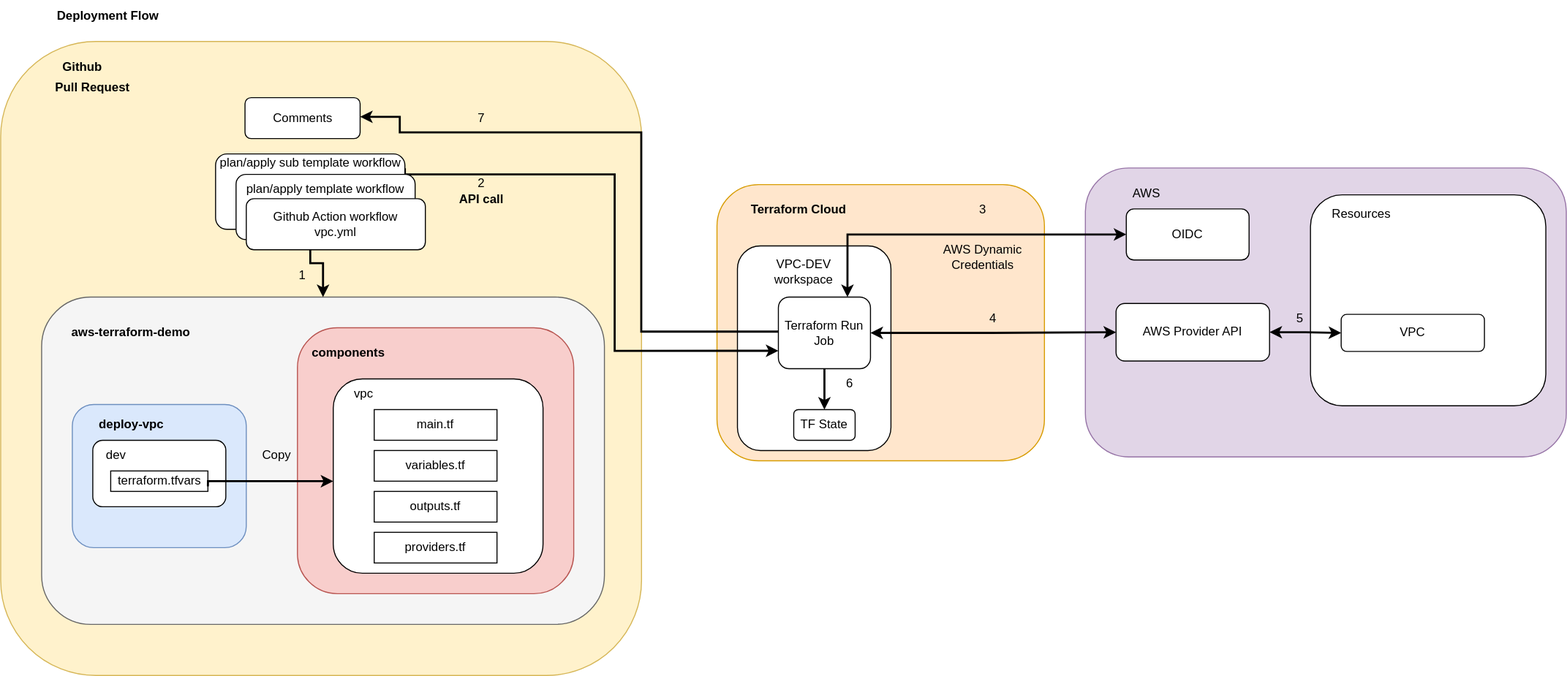
HanYangZhao/aws-terraform-demo keeps this draw.io diagram as diagrams/deployment_flow.svg. Above is the earlier version. Source tidied: cells renumbered, new cells last; positions are measured from the earlier drawing's top-left corner, leaving out a move shared by most shapes.
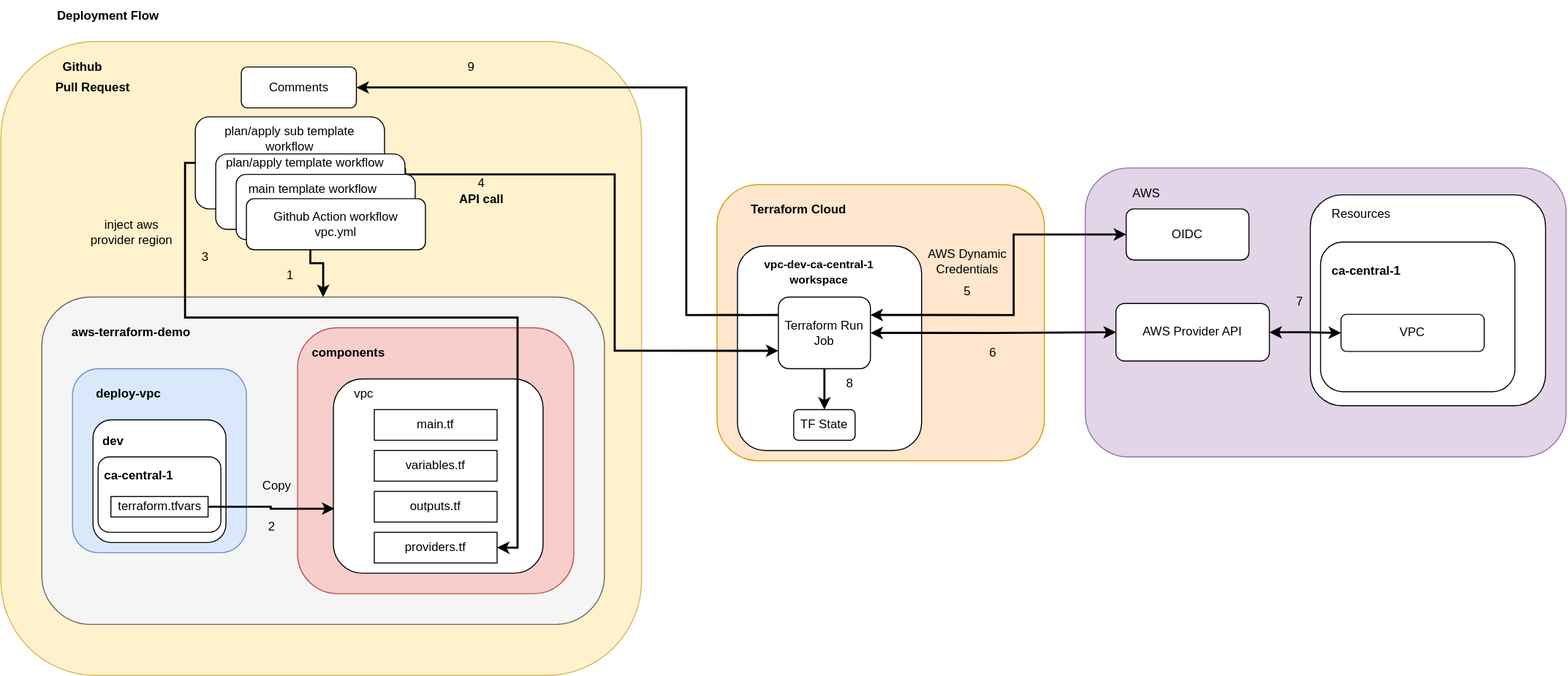
Later version of the same file.

Change to the diagram source:
```diff
@@ -2,15 +2,18 @@
   <root>
     <mxCell id="0" />
     <mxCell id="1" parent="0" />
+    <mxCell id="4" style="rounded=1;whiteSpace=wrap;html=1;fillColor=#fff2cc;strokeColor=#d6b656;" parent="1" vertex="1">
+      <mxGeometry y="40" width="626.2" height="620" as="geometry" />
+    </mxCell>
+    <mxCell id="59" style="rounded=1;whiteSpace=wrap;html=1;" parent="1" vertex="1">
+      <mxGeometry x="190" y="113.8" width="185" height="90" as="geometry" />
+    </mxCell>
     <mxCell id="2" style="rounded=1;whiteSpace=wrap;html=1;fillColor=#ffe6cc;strokeColor=#d79b00;" parent="1" vertex="1">
       <mxGeometry x="700" y="180" width="320" height="270" as="geometry" />
     </mxCell>
     <mxCell id="3" style="rounded=1;whiteSpace=wrap;html=1;fillColor=default;" parent="1" vertex="1">
-      <mxGeometry x="720" y="240" width="150" height="200" as="geometry" />
+      <mxGeometry x="720" y="240" width="180" height="200" as="geometry" />
     </mxCell>
-    <mxCell id="4" style="rounded=1;whiteSpace=wrap;html=1;fillColor=#fff2cc;strokeColor=#d6b656;" parent="1" vertex="1">
-      <mxGeometry y="40" width="626.2" height="620" as="geometry" />
-    </mxCell>
     <mxCell id="5" style="rounded=1;whiteSpace=wrap;html=1;fillColor=#f5f5f5;fontColor=#333333;strokeColor=#666666;" parent="1" vertex="1">
       <mxGeometry x="40" y="290" width="550" height="320" as="geometry" />
     </mxCell>
@@ -21,13 +24,13 @@
       <mxGeometry width="210" height="30" as="geometry" />
     </mxCell>
     <mxCell id="8" style="rounded=1;whiteSpace=wrap;html=1;fillColor=#dae8fc;strokeColor=#6c8ebf;" parent="1" vertex="1">
-      <mxGeometry x="70" y="395" width="170" height="140" as="geometry" />
+      <mxGeometry x="70" y="360" width="170" height="180" as="geometry" />
     </mxCell>
     <mxCell id="9" style="rounded=1;whiteSpace=wrap;html=1;" parent="1" vertex="1">
       <mxGeometry x="325" y="370" width="205" height="190" as="geometry" />
     </mxCell>
     <mxCell id="10" value="&lt;b&gt;deploy-vpc&lt;/b&gt;" style="text;html=1;strokeColor=none;fillColor=none;align=center;verticalAlign=middle;whiteSpace=wrap;rounded=0;" parent="1" vertex="1">
-      <mxGeometry x="82.5" y="400" width="90" height="30" as="geometry" />
+      <mxGeometry x="80" y="370" width="90" height="30" as="geometry" />
     </mxCell>
     <mxCell id="11" style="edgeStyle=orthogonalEdgeStyle;rounded=0;orthogonalLoop=1;jettySize=auto;html=1;exitX=0.5;exitY=1;exitDx=0;exitDy=0;" parent="1" edge="1" source="8" target="8">
       <mxGeometry relative="1" as="geometry" />
@@ -84,8 +87,8 @@
     <mxCell id="26" value="AWS" style="text;html=1;strokeColor=none;fillColor=none;align=center;verticalAlign=middle;whiteSpace=wrap;rounded=0;" parent="1" vertex="1">
       <mxGeometry x="1090" y="173.8" width="60" height="30" as="geometry" />
     </mxCell>
-    <mxCell id="27" value="VPC-DEV workspace" style="text;html=1;strokeColor=none;fillColor=none;align=center;verticalAlign=middle;whiteSpace=wrap;rounded=0;" parent="1" vertex="1">
-      <mxGeometry x="750" y="250" width="70" height="30" as="geometry" />
+    <mxCell id="27" value="&lt;b&gt;&lt;font style=&quot;font-size: 11px;&quot;&gt;vpc-dev-ca-central-1 workspace&lt;/font&gt;&lt;/b&gt;" style="text;html=1;strokeColor=none;fillColor=none;align=center;verticalAlign=middle;whiteSpace=wrap;rounded=0;" parent="1" vertex="1">
+      <mxGeometry x="740" y="250" width="120" height="30" as="geometry" />
     </mxCell>
     <mxCell id="28" style="edgeStyle=orthogonalEdgeStyle;rounded=0;jettySize=auto;html=1;exitX=1;exitY=0.5;exitDx=0;exitDy=0;entryX=0;entryY=0.5;entryDx=0;entryDy=0;startArrow=classic;startFill=1;strokeWidth=2;" parent="1" edge="1" source="32" target="35">
       <mxGeometry relative="1" as="geometry" />
@@ -93,21 +96,22 @@
     <mxCell id="29" style="edgeStyle=orthogonalEdgeStyle;rounded=0;jettySize=auto;html=1;exitX=0.5;exitY=1;exitDx=0;exitDy=0;entryX=0.5;entryY=0;entryDx=0;entryDy=0;strokeWidth=2;" parent="1" edge="1" source="32" target="36">
       <mxGeometry relative="1" as="geometry" />
     </mxCell>
+    <mxCell id="60" style="edgeStyle=orthogonalEdgeStyle;rounded=0;jettySize=auto;html=1;exitX=0;exitY=0.25;exitDx=0;exitDy=0;entryX=1;entryY=0.5;entryDx=0;entryDy=0;strokeWidth=2;" parent="1" edge="1" source="32" target="37">
+      <mxGeometry relative="1" as="geometry">
+        <Array as="points">
+          <mxPoint x="670" y="308" />
+          <mxPoint x="670" y="85" />
+        </Array>
+      </mxGeometry>
+    </mxCell>
-    <mxCell id="30" style="edgeStyle=orthogonalEdgeStyle;rounded=0;jettySize=auto;html=1;exitX=0.75;exitY=0;exitDx=0;exitDy=0;entryX=0;entryY=0.5;entryDx=0;entryDy=0;startArrow=classic;startFill=1;strokeWidth=2;" parent="1" edge="1" source="32" target="25">
-      <mxGeometry relative="1" as="geometry" />
+    <mxCell id="30" style="edgeStyle=orthogonalEdgeStyle;rounded=0;jettySize=auto;html=1;exitX=1;exitY=0.25;exitDx=0;exitDy=0;entryX=0;entryY=0.5;entryDx=0;entryDy=0;strokeWidth=2;startArrow=classic;startFill=1;" parent="1" edge="1" source="32" target="25">
+      <mxGeometry relative="1" as="geometry">
+        <Array as="points">
+          <mxPoint x="990" y="308" />
+          <mxPoint x="990" y="229" />
+        </Array>
+      </mxGeometry>
     </mxCell>
-    <mxCell id="31" style="edgeStyle=orthogonalEdgeStyle;rounded=0;orthogonalLoop=1;jettySize=auto;html=1;exitX=0;exitY=0.5;exitDx=0;exitDy=0;entryX=1;entryY=0.5;entryDx=0;entryDy=0;strokeWidth=2;" parent="1" edge="1">
-      <mxGeometry relative="1" as="geometry">
-        <mxPoint x="766.2" y="323.7" as="sourcePoint" />
-        <mxPoint x="351.2" y="113.7" as="targetPoint" />
-        <Array as="points">
-          <mxPoint x="626" y="324" />
-          <mxPoint x="626" y="129" />
-          <mxPoint x="390" y="129" />
-          <mxPoint x="390" y="114" />
-        </Array>
-      </mxGeometry>
-    </mxCell>
     <mxCell id="32" value="Terraform Run Job" style="rounded=1;whiteSpace=wrap;html=1;" parent="1" vertex="1">
       <mxGeometry x="760" y="290" width="90" height="70" as="geometry" />
     </mxCell>
@@ -115,7 +119,7 @@
       <mxGeometry x="440" y="180" width="60" height="30" as="geometry" />
     </mxCell>
     <mxCell id="34" value="Copy" style="text;html=1;strokeColor=none;fillColor=none;align=center;verticalAlign=middle;whiteSpace=wrap;rounded=0;" parent="1" vertex="1">
-      <mxGeometry x="240" y="430" width="60" height="30" as="geometry" />
+      <mxGeometry x="240" y="460" width="60" height="30" as="geometry" />
     </mxCell>
     <mxCell id="35" value="AWS Provider API" style="rounded=1;whiteSpace=wrap;html=1;" parent="1" vertex="1">
       <mxGeometry x="1090" y="296.2" width="150" height="56.2" as="geometry" />
@@ -124,28 +128,28 @@
       <mxGeometry x="775" y="400" width="60" height="30" as="geometry" />
     </mxCell>
     <mxCell id="37" value="Comments" style="rounded=1;whiteSpace=wrap;html=1;" parent="1" vertex="1">
-      <mxGeometry x="238.8" y="95" width="112.5" height="40" as="geometry" />
+      <mxGeometry x="235" y="65" width="112.5" height="40" as="geometry" />
     </mxCell>
     <mxCell id="38" value="1" style="text;html=1;strokeColor=none;fillColor=none;align=center;verticalAlign=middle;whiteSpace=wrap;rounded=0;" parent="1" vertex="1">
-      <mxGeometry x="265" y="253.8" width="60" height="30" as="geometry" />
+      <mxGeometry x="252.5" y="253.8" width="60" height="30" as="geometry" />
     </mxCell>
-    <mxCell id="39" value="2" style="text;html=1;strokeColor=none;fillColor=none;align=center;verticalAlign=middle;whiteSpace=wrap;rounded=0;" parent="1" vertex="1">
+    <mxCell id="39" value="4" style="text;html=1;strokeColor=none;fillColor=none;align=center;verticalAlign=middle;whiteSpace=wrap;rounded=0;" parent="1" vertex="1">
       <mxGeometry x="440" y="163.8" width="60" height="30" as="geometry" />
     </mxCell>
-    <mxCell id="40" value="3" style="text;html=1;strokeColor=none;fillColor=none;align=center;verticalAlign=middle;whiteSpace=wrap;rounded=0;" parent="1" vertex="1">
-      <mxGeometry x="930" y="190" width="60" height="30" as="geometry" />
+    <mxCell id="40" value="5" style="text;html=1;strokeColor=none;fillColor=none;align=center;verticalAlign=middle;whiteSpace=wrap;rounded=0;" parent="1" vertex="1">
+      <mxGeometry x="915" y="270" width="60" height="30" as="geometry" />
     </mxCell>
-    <mxCell id="41" value="4" style="text;html=1;strokeColor=none;fillColor=none;align=center;verticalAlign=middle;whiteSpace=wrap;rounded=0;" parent="1" vertex="1">
-      <mxGeometry x="940" y="296.2" width="60" height="30" as="geometry" />
+    <mxCell id="41" value="6" style="text;html=1;strokeColor=none;fillColor=none;align=center;verticalAlign=middle;whiteSpace=wrap;rounded=0;" parent="1" vertex="1">
+      <mxGeometry x="940" y="330" width="60" height="30" as="geometry" />
     </mxCell>
-    <mxCell id="42" value="6" style="text;html=1;strokeColor=none;fillColor=none;align=center;verticalAlign=middle;whiteSpace=wrap;rounded=0;" parent="1" vertex="1">
+    <mxCell id="42" value="8" style="text;html=1;strokeColor=none;fillColor=none;align=center;verticalAlign=middle;whiteSpace=wrap;rounded=0;" parent="1" vertex="1">
       <mxGeometry x="800" y="360" width="60" height="30" as="geometry" />
     </mxCell>
-    <mxCell id="43" value="7" style="text;html=1;strokeColor=none;fillColor=none;align=center;verticalAlign=middle;whiteSpace=wrap;rounded=0;" parent="1" vertex="1">
-      <mxGeometry x="440" y="100" width="60" height="30" as="geometry" />
+    <mxCell id="43" value="9" style="text;html=1;strokeColor=none;fillColor=none;align=center;verticalAlign=middle;whiteSpace=wrap;rounded=0;" parent="1" vertex="1">
+      <mxGeometry x="430" y="50" width="60" height="30" as="geometry" />
     </mxCell>
     <mxCell id="44" value="AWS Dynamic Credentials" style="text;html=1;strokeColor=none;fillColor=none;align=center;verticalAlign=middle;whiteSpace=wrap;rounded=0;" parent="1" vertex="1">
-      <mxGeometry x="905" y="236.2" width="110" height="30" as="geometry" />
+      <mxGeometry x="890" y="240" width="110" height="30" as="geometry" />
     </mxCell>
     <mxCell id="45" value="&lt;div&gt;&lt;br&gt;&lt;/div&gt;&lt;div&gt;&lt;br&gt;&lt;/div&gt;" style="rounded=1;whiteSpace=wrap;html=1;" parent="1" vertex="1">
       <mxGeometry x="230" y="170" width="175" height="63.8" as="geometry" />
@@ -154,22 +158,19 @@
       <mxGeometry x="240" y="193.8" width="175" height="50" as="geometry" />
     </mxCell>
     <mxCell id="47" value="plan/apply template workflow" style="text;html=1;strokeColor=none;fillColor=none;align=center;verticalAlign=middle;whiteSpace=wrap;rounded=0;" parent="1" vertex="1">
-      <mxGeometry x="235" y="170" width="165" height="30" as="geometry" />
+      <mxGeometry x="215" y="143.8" width="165" height="30" as="geometry" />
     </mxCell>
     <mxCell id="48" value="plan/apply sub template workflow" style="text;html=1;strokeColor=none;fillColor=none;align=center;verticalAlign=middle;whiteSpace=wrap;rounded=0;" parent="1" vertex="1">
-      <mxGeometry x="207.5" y="143.8" width="190" height="30" as="geometry" />
+      <mxGeometry x="200" y="120" width="165" height="30" as="geometry" />
     </mxCell>
     <mxCell id="49" value="&lt;b&gt;Github&lt;/b&gt;" style="text;html=1;strokeColor=none;fillColor=none;align=center;verticalAlign=middle;whiteSpace=wrap;rounded=0;" parent="1" vertex="1">
       <mxGeometry x="50" y="50" width="60" height="30" as="geometry" />
     </mxCell>
     <mxCell id="50" style="rounded=1;whiteSpace=wrap;html=1;" parent="1" vertex="1">
-      <mxGeometry x="90" y="430" width="130" height="65" as="geometry" />
+      <mxGeometry x="90" y="410" width="130" height="120" as="geometry" />
     </mxCell>
-    <mxCell id="51" value="&lt;div&gt;terraform.tfvars&lt;/div&gt;" style="rounded=0;whiteSpace=wrap;html=1;" parent="1" vertex="1">
-      <mxGeometry x="107.5" y="460" width="95" height="20" as="geometry" />
-    </mxCell>
-    <mxCell id="52" value="dev" style="text;html=1;strokeColor=none;fillColor=none;align=center;verticalAlign=middle;whiteSpace=wrap;rounded=0;" parent="1" vertex="1">
-      <mxGeometry x="82.5" y="430" width="60" height="30" as="geometry" />
+    <mxCell id="52" value="&lt;b&gt;dev&lt;/b&gt;" style="text;html=1;strokeColor=none;fillColor=none;align=center;verticalAlign=middle;whiteSpace=wrap;rounded=0;" parent="1" vertex="1">
+      <mxGeometry x="80" y="416.2" width="60" height="30" as="geometry" />
     </mxCell>
     <mxCell id="53" style="rounded=1;whiteSpace=wrap;html=1;" parent="1" vertex="1">
       <mxGeometry x="1280" y="190" width="230" height="206.2" as="geometry" />
@@ -177,21 +178,54 @@
     <mxCell id="54" value="Resources" style="text;html=1;strokeColor=none;fillColor=none;align=center;verticalAlign=middle;whiteSpace=wrap;rounded=0;" parent="1" vertex="1">
       <mxGeometry x="1300" y="193.8" width="60" height="30" as="geometry" />
     </mxCell>
+    <mxCell id="61" style="rounded=1;whiteSpace=wrap;html=1;" parent="1" vertex="1">
+      <mxGeometry x="95" y="446.2" width="120" height="73.8" as="geometry" />
+    </mxCell>
+    <mxCell id="51" value="&lt;div&gt;terraform.tfvars&lt;/div&gt;" style="rounded=0;whiteSpace=wrap;html=1;" parent="1" vertex="1">
+      <mxGeometry x="107.5" y="485" width="95" height="20" as="geometry" />
+    </mxCell>
+    <mxCell id="62" value="&lt;b&gt;ca-central-1&lt;/b&gt;" style="text;html=1;strokeColor=none;fillColor=none;align=center;verticalAlign=middle;whiteSpace=wrap;rounded=0;" parent="1" vertex="1">
+      <mxGeometry x="90" y="450" width="90" height="30" as="geometry" />
+    </mxCell>
+    <mxCell id="63" value="main template workflow" style="text;html=1;strokeColor=none;fillColor=none;align=center;verticalAlign=middle;whiteSpace=wrap;rounded=0;" parent="1" vertex="1">
+      <mxGeometry x="230" y="170" width="150" height="30" as="geometry" />
+    </mxCell>
+    <mxCell id="64" style="edgeStyle=orthogonalEdgeStyle;rounded=0;jettySize=auto;html=1;exitX=0;exitY=0.5;exitDx=0;exitDy=0;entryX=1;entryY=0.5;entryDx=0;entryDy=0;strokeWidth=2;" parent="1" edge="1" source="59" target="17">
+      <mxGeometry relative="1" as="geometry">
+        <Array as="points">
+          <mxPoint x="180" y="159" />
+          <mxPoint x="180" y="310" />
+          <mxPoint x="505" y="310" />
+          <mxPoint x="505" y="535" />
+        </Array>
+      </mxGeometry>
+    </mxCell>
+    <mxCell id="65" value="inject aws provider region " style="text;html=1;strokeColor=none;fillColor=none;align=center;verticalAlign=middle;whiteSpace=wrap;rounded=0;" parent="1" vertex="1">
+      <mxGeometry x="82.5" y="190" width="90" height="73.1" as="geometry" />
+    </mxCell>
+    <mxCell id="58" style="edgeStyle=orthogonalEdgeStyle;rounded=0;jettySize=auto;html=1;exitX=1;exitY=0.5;exitDx=0;exitDy=0;entryX=0.005;entryY=0.668;entryDx=0;entryDy=0;entryPerimeter=0;strokeWidth=2;" parent="1" edge="1" source="51" target="9">
+      <mxGeometry relative="1" as="geometry" />
+    </mxCell>
+    <mxCell id="66" value="2" style="text;html=1;strokeColor=none;fillColor=none;align=center;verticalAlign=middle;whiteSpace=wrap;rounded=0;" parent="1" vertex="1">
+      <mxGeometry x="235" y="500" width="60" height="30" as="geometry" />
+    </mxCell>
+    <mxCell id="67" value="3" style="text;html=1;strokeColor=none;fillColor=none;align=center;verticalAlign=middle;whiteSpace=wrap;rounded=0;" parent="1" vertex="1">
+      <mxGeometry x="170" y="236.2" width="60" height="30" as="geometry" />
+    </mxCell>
+    <mxCell id="68" style="rounded=1;whiteSpace=wrap;html=1;" parent="1" vertex="1">
+      <mxGeometry x="1290" y="236.2" width="190" height="146.2" as="geometry" />
+    </mxCell>
     <mxCell id="55" value="VPC" style="rounded=1;whiteSpace=wrap;html=1;" parent="1" vertex="1">
       <mxGeometry x="1310" y="306.9" width="140" height="36.2" as="geometry" />
     </mxCell>
+    <mxCell id="57" value="7" style="text;html=1;strokeColor=none;fillColor=none;align=center;verticalAlign=middle;whiteSpace=wrap;rounded=0;" parent="1" vertex="1">
+      <mxGeometry x="1240" y="280" width="60" height="30" as="geometry" />
+    </mxCell>
     <mxCell id="56" style="edgeStyle=orthogonalEdgeStyle;rounded=0;jettySize=auto;html=1;exitX=1;exitY=0.5;exitDx=0;exitDy=0;entryX=0;entryY=0.5;entryDx=0;entryDy=0;strokeWidth=2;startArrow=classic;startFill=1;" parent="1" edge="1" source="35" target="55">
       <mxGeometry relative="1" as="geometry" />
     </mxCell>
-    <mxCell id="57" value="5" style="text;html=1;strokeColor=none;fillColor=none;align=center;verticalAlign=middle;whiteSpace=wrap;rounded=0;" parent="1" vertex="1">
-      <mxGeometry x="1240" y="296.2" width="60" height="30" as="geometry" />
-    </mxCell>
-    <mxCell id="58" style="edgeStyle=orthogonalEdgeStyle;rounded=0;jettySize=auto;html=1;exitX=1;exitY=0.75;exitDx=0;exitDy=0;strokeWidth=2;" parent="1" edge="1" source="51" target="9">
-      <mxGeometry relative="1" as="geometry">
-        <Array as="points">
-          <mxPoint x="202" y="470" />
-        </Array>
-      </mxGeometry>
-    </mxCell>
+    <mxCell id="69" value="&lt;b&gt;ca-central-1&lt;/b&gt;" style="text;html=1;strokeColor=none;fillColor=none;align=center;verticalAlign=middle;whiteSpace=wrap;rounded=0;" parent="1" vertex="1">
+      <mxGeometry x="1290" y="250" width="90" height="30" as="geometry" />
+    </mxCell>
   </root>
 </mxGraphModel>
```
